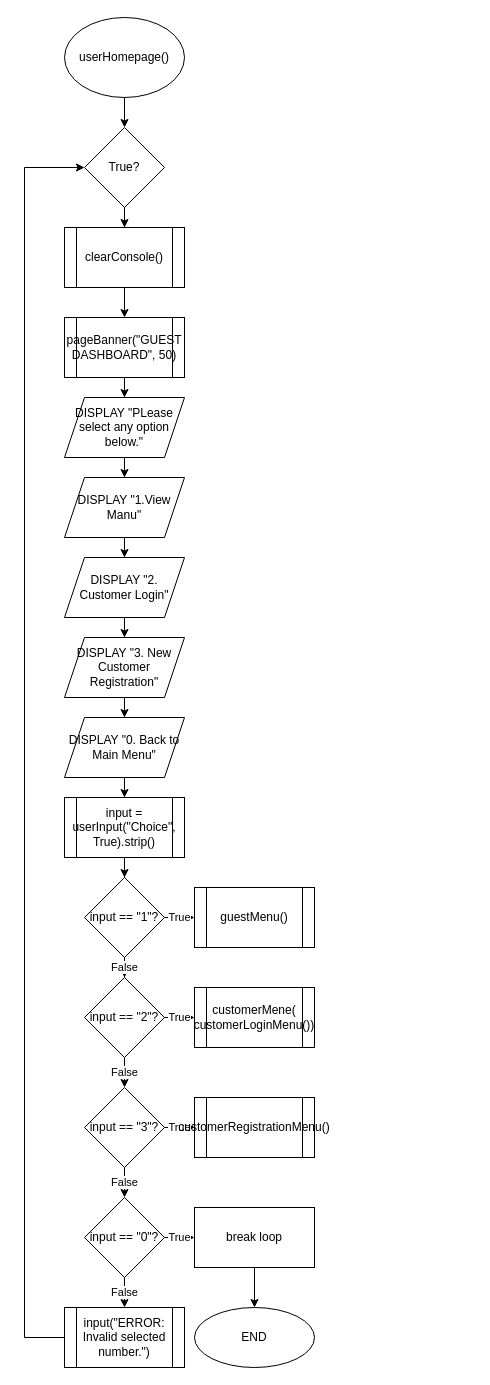
Earlier version of the draw.io diagram page "userHomepage()" (1 of 24) of Documentation/Flowchart-Bryan.drawio (0xYudhishthra/python-assignment). Source tidied: cells renumbered, new cells numbered last; positions are measured from the earlier drawing's top-left corner, leaving out a move shared by most shapes. Both pictures are drawn from the tidied source at 100%, with x=0, y=0 at pixel (24, 17).
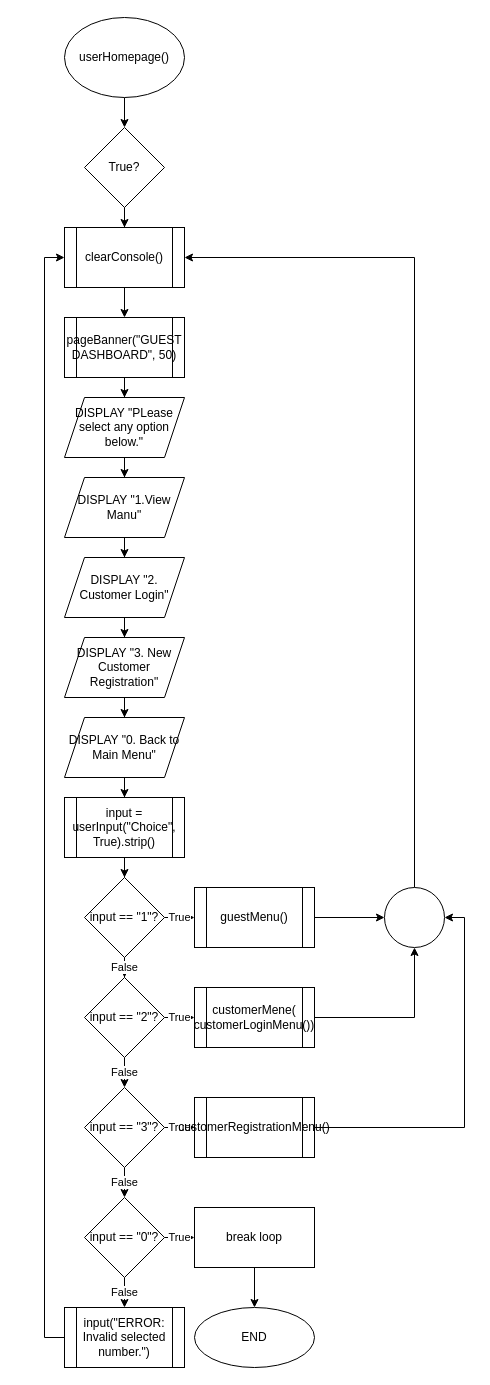
The same page after the edit.

The change refers to these unchanged cells:
```xml
<mxCell id="5" value="True?" style="rhombus;whiteSpace=wrap;html=1;" parent="1" vertex="1">
  <mxGeometry x="60" y="110" width="80" height="80" as="geometry" />
</mxCell>
<mxCell id="7" value="clearConsole()" style="shape=process;whiteSpace=wrap;html=1;backgroundOutline=1;" parent="1" vertex="1">
  <mxGeometry x="40" y="210" width="120" height="60" as="geometry" />
</mxCell>
<mxCell id="34" value="guestMenu()" style="shape=process;whiteSpace=wrap;html=1;backgroundOutline=1;" parent="1" vertex="1">
  <mxGeometry x="170" y="870" width="120" height="60" as="geometry" />
</mxCell>
<mxCell id="35" value="customerMene(&lt;br&gt;customerLoginMenu())" style="shape=process;whiteSpace=wrap;html=1;backgroundOutline=1;" parent="1" vertex="1">
  <mxGeometry x="170" y="970" width="120" height="60" as="geometry" />
</mxCell>
<mxCell id="36" value="customerRegistrationMenu()" style="shape=process;whiteSpace=wrap;html=1;backgroundOutline=1;" parent="1" vertex="1">
  <mxGeometry x="170" y="1080" width="120" height="60" as="geometry" />
</mxCell>
<mxCell id="40" value="input(&quot;ERROR: Invalid selected number.&quot;)" style="shape=process;whiteSpace=wrap;html=1;backgroundOutline=1;" parent="1" vertex="1">
  <mxGeometry x="40" y="1290" width="120" height="60" as="geometry" />
</mxCell>
```

What changed in the source:
```diff
@@
+    <mxCell id="42" style="edgeStyle=orthogonalEdgeStyle;rounded=0;jettySize=auto;html=1;entryX=0;entryY=0.5;entryDx=0;entryDy=0;" parent="1" edge="1" source="34" target="47">
+      <mxGeometry relative="1" as="geometry" />
+    </mxCell>
@@
+    <mxCell id="43" style="edgeStyle=orthogonalEdgeStyle;rounded=0;jettySize=auto;html=1;entryX=0.5;entryY=1;entryDx=0;entryDy=0;" parent="1" edge="1" source="35" target="47">
+      <mxGeometry relative="1" as="geometry" />
+    </mxCell>
@@
+    <mxCell id="44" style="edgeStyle=orthogonalEdgeStyle;rounded=0;jettySize=auto;html=1;entryX=1;entryY=0.5;entryDx=0;entryDy=0;" parent="1" edge="1" source="36" target="47">
+      <mxGeometry relative="1" as="geometry" />
+    </mxCell>
@@
-    <mxCell id="39" style="edgeStyle=orthogonalEdgeStyle;rounded=0;jettySize=auto;html=1;entryX=0;entryY=0.5;entryDx=0;entryDy=0;" parent="1" edge="1" source="40" target="5">
-      <mxGeometry relative="1" as="geometry">
-        <Array as="points">
-          <mxPoint y="1320" />
-          <mxPoint y="150" />
-        </Array>
-      </mxGeometry>
-    </mxCell>
+    <mxCell id="45" style="edgeStyle=orthogonalEdgeStyle;rounded=0;jettySize=auto;html=1;entryX=0;entryY=0.5;entryDx=0;entryDy=0;" parent="1" edge="1" source="40" target="7">
+      <mxGeometry relative="1" as="geometry">
+        <Array as="points">
+          <mxPoint x="20" y="1320" />
+          <mxPoint x="20" y="240" />
+        </Array>
+      </mxGeometry>
+    </mxCell>
@@
+    <mxCell id="46" style="edgeStyle=orthogonalEdgeStyle;rounded=0;jettySize=auto;html=1;entryX=1;entryY=0.5;entryDx=0;entryDy=0;" parent="1" edge="1" source="47" target="7">
+      <mxGeometry relative="1" as="geometry">
+        <Array as="points">
+          <mxPoint x="390" y="240" />
+        </Array>
+      </mxGeometry>
+    </mxCell>
+    <mxCell id="47" style="ellipse;whiteSpace=wrap;html=1;" parent="1" vertex="1">
+      <mxGeometry x="360" y="870" width="60" height="60" as="geometry" />
+    </mxCell>
```
